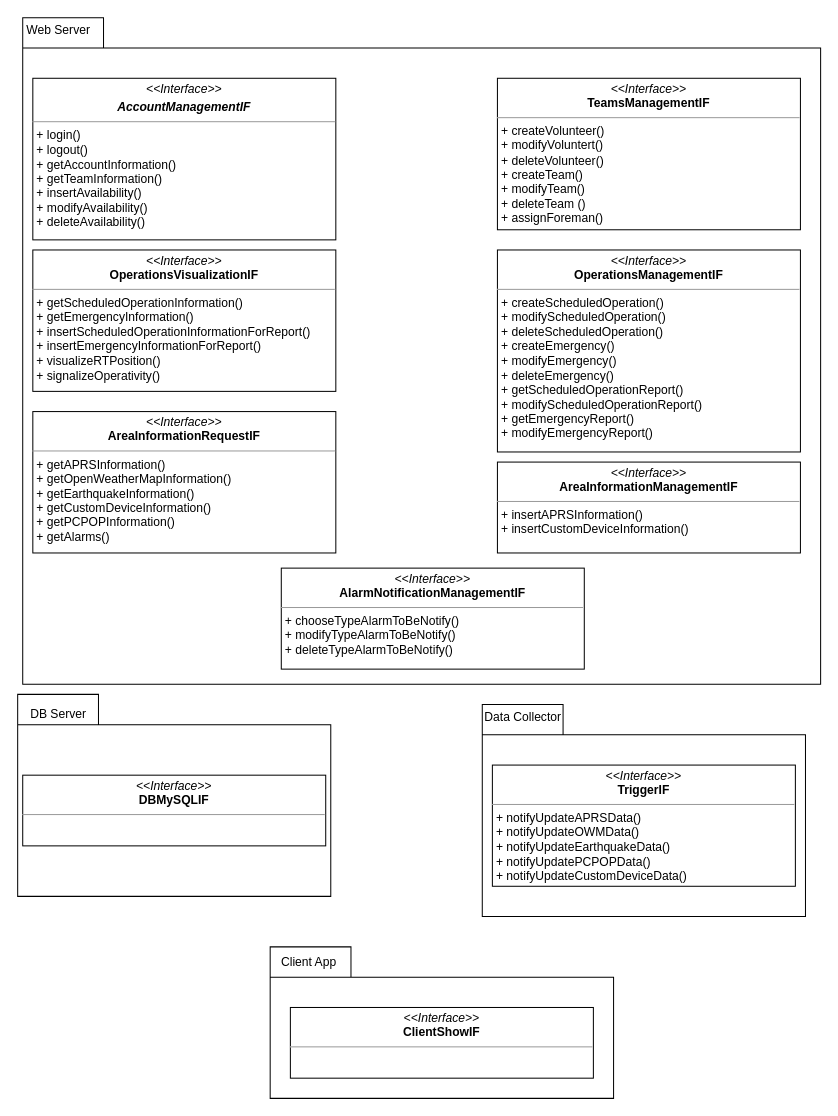
Before: Iterazioni/Iterazione 1/OtherFiles/UML - Interface diagram.drawio in matteoverzeroli/LVSEmergency, a draw.io diagram. Source tidied: cells renumbered, new cells numbered last; positions are measured from the earlier drawing's top-left corner, leaving out a move shared by most shapes. Both pictures are drawn from the tidied source at 101%, with x=0, y=0 at pixel (17, 17).
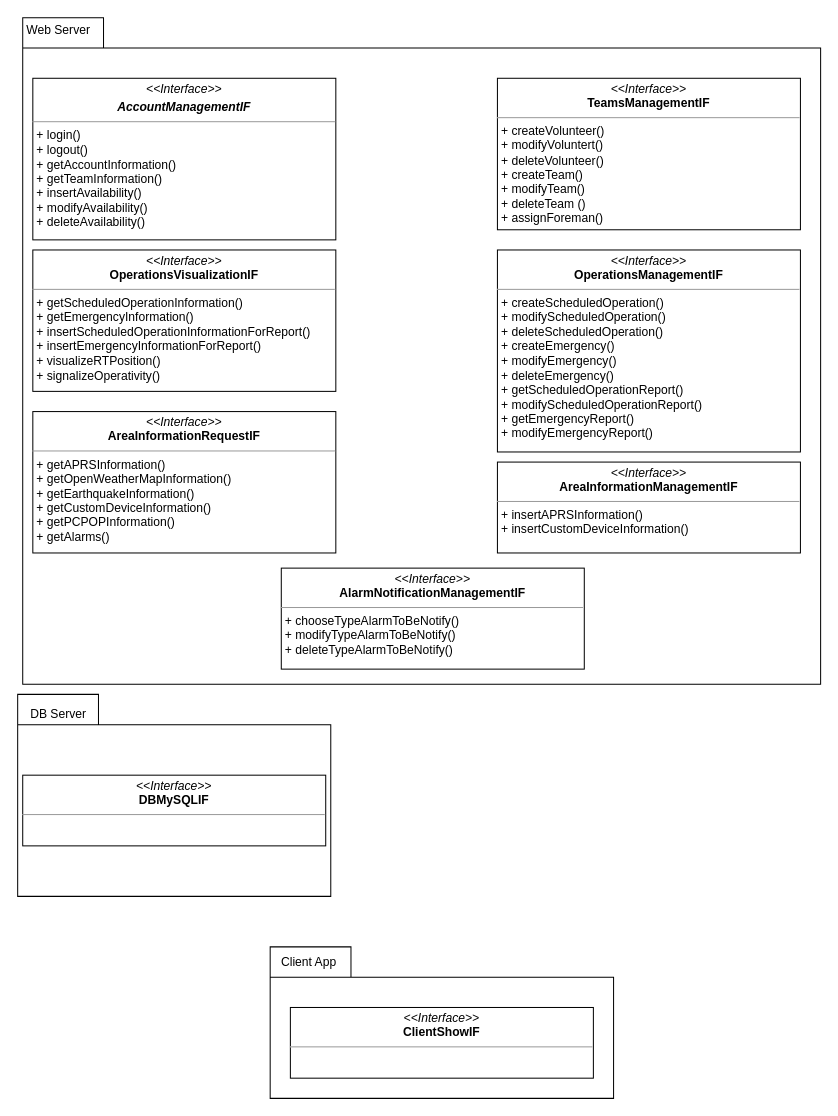
The same page after the edit.

What changed in the source:
```diff
@@
 <mxGraphModel>
   <root>
     <mxCell id="0" />
     <mxCell id="1" parent="0" />
     <mxCell id="2" style="shape=folder;fontStyle=1;tabWidth=80;tabHeight=30;tabPosition=left;html=1;boundedLbl=1;" parent="1" vertex="1">
       <mxGeometry x="5" width="790" height="660" as="geometry" />
     </mxCell>
     <mxCell id="3" value="&lt;p style=&quot;margin: 0px ; margin-top: 4px ; text-align: center&quot;&gt;&lt;i&gt;&amp;lt;&amp;lt;Interface&amp;gt;&amp;gt;&lt;/i&gt;&lt;/p&gt;&lt;p style=&quot;margin: 0px ; margin-top: 4px ; text-align: center&quot;&gt;&lt;i&gt;&lt;b&gt;AccountManagementIF&lt;/b&gt;&lt;/i&gt;&lt;/p&gt;&lt;hr size=&quot;1&quot;&gt;&lt;p style=&quot;margin: 0px ; margin-left: 4px&quot;&gt;+ login()&lt;br&gt;+ logout()&lt;/p&gt;&lt;p style=&quot;margin: 0px ; margin-left: 4px&quot;&gt;+ getAccountInformation()&lt;/p&gt;&lt;p style=&quot;margin: 0px ; margin-left: 4px&quot;&gt;+ getTeamInformation()&lt;/p&gt;&lt;p style=&quot;margin: 0px ; margin-left: 4px&quot;&gt;+ insertAvailability()&lt;/p&gt;&lt;p style=&quot;margin: 0px ; margin-left: 4px&quot;&gt;+ modifyAvailability()&lt;/p&gt;&lt;p style=&quot;margin: 0px ; margin-left: 4px&quot;&gt;+ deleteAvailability()&lt;/p&gt;&lt;p style=&quot;margin: 0px ; margin-left: 4px&quot;&gt;&lt;br&gt;&lt;/p&gt;" style="verticalAlign=top;align=left;overflow=fill;fontSize=12;fontFamily=Helvetica;html=1;" parent="1" vertex="1">
       <mxGeometry x="15" y="60" width="300" height="160" as="geometry" />
     </mxCell>
     <mxCell id="4" value="&lt;p style=&quot;margin: 0px ; margin-top: 4px ; text-align: center&quot;&gt;&lt;i&gt;&amp;lt;&amp;lt;Interface&amp;gt;&amp;gt;&lt;/i&gt;&lt;br&gt;&lt;b&gt;TeamsManagementIF&lt;/b&gt;&lt;/p&gt;&lt;hr size=&quot;1&quot;&gt;&lt;p style=&quot;margin: 0px ; margin-left: 4px&quot;&gt;+ createVolunteer()&lt;/p&gt;&lt;p style=&quot;margin: 0px ; margin-left: 4px&quot;&gt;+ modifyVoluntert()&lt;br&gt;+ deleteVolunteer()&lt;/p&gt;&lt;p style=&quot;margin: 0px ; margin-left: 4px&quot;&gt;+ createTeam()&lt;/p&gt;&lt;p style=&quot;margin: 0px ; margin-left: 4px&quot;&gt;+ modifyTeam()&lt;/p&gt;&lt;p style=&quot;margin: 0px ; margin-left: 4px&quot;&gt;+ deleteTeam ()&lt;/p&gt;&lt;p style=&quot;margin: 0px ; margin-left: 4px&quot;&gt;+ assignForeman()&lt;/p&gt;" style="verticalAlign=top;align=left;overflow=fill;fontSize=12;fontFamily=Helvetica;html=1;" parent="1" vertex="1">
       <mxGeometry x="475" y="60" width="300" height="150" as="geometry" />
     </mxCell>
     <mxCell id="5" value="&lt;p style=&quot;margin: 0px ; margin-top: 4px ; text-align: center&quot;&gt;&lt;i&gt;&amp;lt;&amp;lt;Interface&amp;gt;&amp;gt;&lt;/i&gt;&lt;br&gt;&lt;b&gt;OperationsVisualizationIF&lt;/b&gt;&lt;/p&gt;&lt;hr size=&quot;1&quot;&gt;&lt;p style=&quot;margin: 0px ; margin-left: 4px&quot;&gt;+ getScheduledOperationInformation()&lt;/p&gt;&lt;p style=&quot;margin: 0px ; margin-left: 4px&quot;&gt;&lt;span&gt;+ getEmergencyInformation()&lt;/span&gt;&lt;/p&gt;&lt;p style=&quot;margin: 0px ; margin-left: 4px&quot;&gt;+ insertScheduledOperationInformationForReport()&lt;/p&gt;&lt;p style=&quot;margin: 0px ; margin-left: 4px&quot;&gt;+ insertEmergencyInformationForReport()&lt;/p&gt;&lt;p style=&quot;margin: 0px ; margin-left: 4px&quot;&gt;+ visualizeRTPosition()&lt;/p&gt;&lt;p style=&quot;margin: 0px ; margin-left: 4px&quot;&gt;+ signalizeOperativity()&lt;/p&gt;" style="verticalAlign=top;align=left;overflow=fill;fontSize=12;fontFamily=Helvetica;html=1;" parent="1" vertex="1">
       <mxGeometry x="15" y="230" width="300" height="140" as="geometry" />
     </mxCell>
     <mxCell id="6" value="&lt;p style=&quot;margin: 0px ; margin-top: 4px ; text-align: center&quot;&gt;&lt;i&gt;&amp;lt;&amp;lt;Interface&amp;gt;&amp;gt;&lt;/i&gt;&lt;br&gt;&lt;b&gt;OperationsManagementIF&lt;/b&gt;&lt;/p&gt;&lt;hr size=&quot;1&quot;&gt;&lt;p style=&quot;margin: 0px ; margin-left: 4px&quot;&gt;+ createScheduledOperation()&lt;br&gt;&lt;/p&gt;&lt;p style=&quot;margin: 0px ; margin-left: 4px&quot;&gt;+ modifyScheduledOperation()&lt;/p&gt;&lt;p style=&quot;margin: 0px ; margin-left: 4px&quot;&gt;+ deleteScheduledOperation()&lt;/p&gt;&lt;p style=&quot;margin: 0px 0px 0px 4px&quot;&gt;+ createEmergency()&lt;br&gt;&lt;/p&gt;&lt;p style=&quot;margin: 0px 0px 0px 4px&quot;&gt;+ modifyEmergency()&lt;/p&gt;&lt;p style=&quot;margin: 0px 0px 0px 4px&quot;&gt;+ deleteEmergency()&lt;/p&gt;&lt;p style=&quot;margin: 0px 0px 0px 4px&quot;&gt;+ getScheduledOperationReport()&lt;/p&gt;&lt;p style=&quot;margin: 0px 0px 0px 4px&quot;&gt;+ modifyScheduledOperationReport()&lt;/p&gt;&lt;p style=&quot;margin: 0px 0px 0px 4px&quot;&gt;+ getEmergencyReport()&lt;/p&gt;&lt;p style=&quot;margin: 0px 0px 0px 4px&quot;&gt;+ modifyEmergencyReport()&lt;/p&gt;" style="verticalAlign=top;align=left;overflow=fill;fontSize=12;fontFamily=Helvetica;html=1;" parent="1" vertex="1">
       <mxGeometry x="475" y="230" width="300" height="200" as="geometry" />
     </mxCell>
     <mxCell id="7" value="&lt;p style=&quot;margin: 0px ; margin-top: 4px ; text-align: center&quot;&gt;&lt;i&gt;&amp;lt;&amp;lt;Interface&amp;gt;&amp;gt;&lt;/i&gt;&lt;br&gt;&lt;b&gt;AreaInformationRequestIF&lt;/b&gt;&lt;/p&gt;&lt;hr size=&quot;1&quot;&gt;&lt;p style=&quot;margin: 0px ; margin-left: 4px&quot;&gt;+ getAPRSInformation()&lt;/p&gt;&lt;p style=&quot;margin: 0px ; margin-left: 4px&quot;&gt;+ getOpenWeatherMapInformation()&lt;/p&gt;&lt;p style=&quot;margin: 0px ; margin-left: 4px&quot;&gt;+ getEarthquakeInformation()&lt;/p&gt;&lt;p style=&quot;margin: 0px ; margin-left: 4px&quot;&gt;+ getCustomDeviceInformation()&lt;/p&gt;&lt;p style=&quot;margin: 0px ; margin-left: 4px&quot;&gt;+ getPCPOPInformation()&lt;/p&gt;&lt;p style=&quot;margin: 0px ; margin-left: 4px&quot;&gt;+ getAlarms()&lt;/p&gt;&lt;p style=&quot;margin: 0px ; margin-left: 4px&quot;&gt;&lt;br&gt;&lt;/p&gt;" style="verticalAlign=top;align=left;overflow=fill;fontSize=12;fontFamily=Helvetica;html=1;" parent="1" vertex="1">
       <mxGeometry x="15" y="390" width="300" height="140" as="geometry" />
     </mxCell>
     <mxCell id="8" value="&lt;p style=&quot;margin: 0px ; margin-top: 4px ; text-align: center&quot;&gt;&lt;i&gt;&amp;lt;&amp;lt;Interface&amp;gt;&amp;gt;&lt;/i&gt;&lt;br&gt;&lt;b&gt;AlarmNotificationManagementIF&lt;/b&gt;&lt;/p&gt;&lt;hr size=&quot;1&quot;&gt;&lt;p style=&quot;margin: 0px ; margin-left: 4px&quot;&gt;+ chooseTypeAlarmToBeNotify()&lt;br&gt;&lt;/p&gt;&lt;p style=&quot;margin: 0px ; margin-left: 4px&quot;&gt;+ modifyTypeAlarmToBeNotify()&lt;/p&gt;&lt;p style=&quot;margin: 0px ; margin-left: 4px&quot;&gt;+ deleteTypeAlarmToBeNotify()&lt;/p&gt;" style="verticalAlign=top;align=left;overflow=fill;fontSize=12;fontFamily=Helvetica;html=1;" parent="1" vertex="1">
       <mxGeometry x="261" y="545" width="300" height="100" as="geometry" />
     </mxCell>
     <mxCell id="9" value="&lt;p style=&quot;margin: 0px ; margin-top: 4px ; text-align: center&quot;&gt;&lt;i&gt;&amp;lt;&amp;lt;Interface&amp;gt;&amp;gt;&lt;/i&gt;&lt;br&gt;&lt;b&gt;AreaInformationManagementIF&lt;/b&gt;&lt;/p&gt;&lt;hr size=&quot;1&quot;&gt;&lt;p style=&quot;margin: 0px 0px 0px 4px&quot;&gt;+ insertAPRSInformation()&lt;/p&gt;&lt;p style=&quot;margin: 0px 0px 0px 4px&quot;&gt;+ insertCustomDeviceInformation()&lt;/p&gt;" style="verticalAlign=top;align=left;overflow=fill;fontSize=12;fontFamily=Helvetica;html=1;" parent="1" vertex="1">
       <mxGeometry x="475" y="440" width="300" height="90" as="geometry" />
     </mxCell>
     <mxCell id="10" value="Web Server" style="text;html=1;align=center;verticalAlign=middle;strokeColor=none;fillColor=none;" parent="1" vertex="1">
       <mxGeometry y="3" width="80" height="20" as="geometry" />
     </mxCell>
     <mxCell id="11" style="shape=folder;fontStyle=1;tabWidth=80;tabHeight=30;tabPosition=left;html=1;boundedLbl=1;" parent="1" vertex="1">
       <mxGeometry y="670" width="310" height="200" as="geometry" />
     </mxCell>
     <mxCell id="12" value="&lt;p style=&quot;margin: 0px ; margin-top: 4px ; text-align: center&quot;&gt;&lt;i&gt;&amp;lt;&amp;lt;Interface&amp;gt;&amp;gt;&lt;/i&gt;&lt;br&gt;&lt;b&gt;DBMySQLIF&lt;/b&gt;&lt;/p&gt;&lt;hr size=&quot;1&quot;&gt;&lt;p style=&quot;margin: 0px ; margin-left: 4px&quot;&gt;&lt;br&gt;&lt;/p&gt;" style="verticalAlign=top;align=left;overflow=fill;fontSize=12;fontFamily=Helvetica;html=1;" parent="1" vertex="1">
       <mxGeometry x="5" y="750" width="300" height="70" as="geometry" />
     </mxCell>
     <mxCell id="13" value="DB Server" style="text;html=1;align=center;verticalAlign=middle;strokeColor=none;fillColor=none;" parent="1" vertex="1">
       <mxGeometry x="5" y="680" width="70" height="20" as="geometry" />
     </mxCell>
-    <mxCell id="14" style="shape=folder;fontStyle=1;tabWidth=80;tabHeight=30;tabPosition=left;html=1;boundedLbl=1;" parent="1" vertex="1">
-      <mxGeometry x="460" y="680" width="320" height="210" as="geometry" />
-    </mxCell>
-    <mxCell id="15" value="&lt;p style=&quot;margin: 0px ; margin-top: 4px ; text-align: center&quot;&gt;&lt;i&gt;&amp;lt;&amp;lt;Interface&amp;gt;&amp;gt;&lt;/i&gt;&lt;br&gt;&lt;b&gt;TriggerIF&lt;/b&gt;&lt;/p&gt;&lt;hr size=&quot;1&quot;&gt;&lt;p style=&quot;margin: 0px ; margin-left: 4px&quot;&gt;+ notifyUpdateAPRSData()&lt;/p&gt;&lt;p style=&quot;margin: 0px ; margin-left: 4px&quot;&gt;+&amp;nbsp;&lt;span&gt;notifyUpdateOWMData()&lt;/span&gt;&lt;/p&gt;&lt;p style=&quot;margin: 0px ; margin-left: 4px&quot;&gt;&lt;span&gt;+&lt;/span&gt;&lt;span&gt;&amp;nbsp;notifyUpdateEarthquakeData()&lt;/span&gt;&lt;/p&gt;&lt;p style=&quot;margin: 0px 0px 0px 4px&quot;&gt;+ notifyUpdatePCPOPData()&lt;/p&gt;&lt;p style=&quot;margin: 0px 0px 0px 4px&quot;&gt;+ notifyUpdateCustomDeviceData()&lt;/p&gt;" style="verticalAlign=top;align=left;overflow=fill;fontSize=12;fontFamily=Helvetica;html=1;" parent="1" vertex="1">
-      <mxGeometry x="470" y="740" width="300" height="120" as="geometry" />
-    </mxCell>
-    <mxCell id="16" value="Data Collector" style="text;html=1;align=center;verticalAlign=middle;strokeColor=none;fillColor=none;" parent="1" vertex="1">
-      <mxGeometry x="455" y="683" width="90" height="20" as="geometry" />
-    </mxCell>
     <mxCell id="17" style="shape=folder;fontStyle=1;tabWidth=80;tabHeight=30;tabPosition=left;html=1;boundedLbl=1;" parent="1" vertex="1">
       <mxGeometry x="250" y="920" width="340" height="150" as="geometry" />
     </mxCell>
     <mxCell id="18" value="&lt;p style=&quot;margin: 0px ; margin-top: 4px ; text-align: center&quot;&gt;&lt;i&gt;&amp;lt;&amp;lt;Interface&amp;gt;&amp;gt;&lt;/i&gt;&lt;br&gt;&lt;b&gt;ClientShowIF&lt;/b&gt;&lt;/p&gt;&lt;hr size=&quot;1&quot;&gt;&lt;p style=&quot;margin: 0px ; margin-left: 4px&quot;&gt;&lt;br&gt;&lt;/p&gt;" style="verticalAlign=top;align=left;overflow=fill;fontSize=12;fontFamily=Helvetica;html=1;" parent="1" vertex="1">
       <mxGeometry x="270" y="980" width="300" height="70" as="geometry" />
     </mxCell>
     <mxCell id="19" value="Client App" style="text;html=1;align=center;verticalAlign=middle;strokeColor=none;fillColor=none;" parent="1" vertex="1">
       <mxGeometry x="253" y="925" width="70" height="20" as="geometry" />
     </mxCell>
   </root>
 </mxGraphModel>
```
